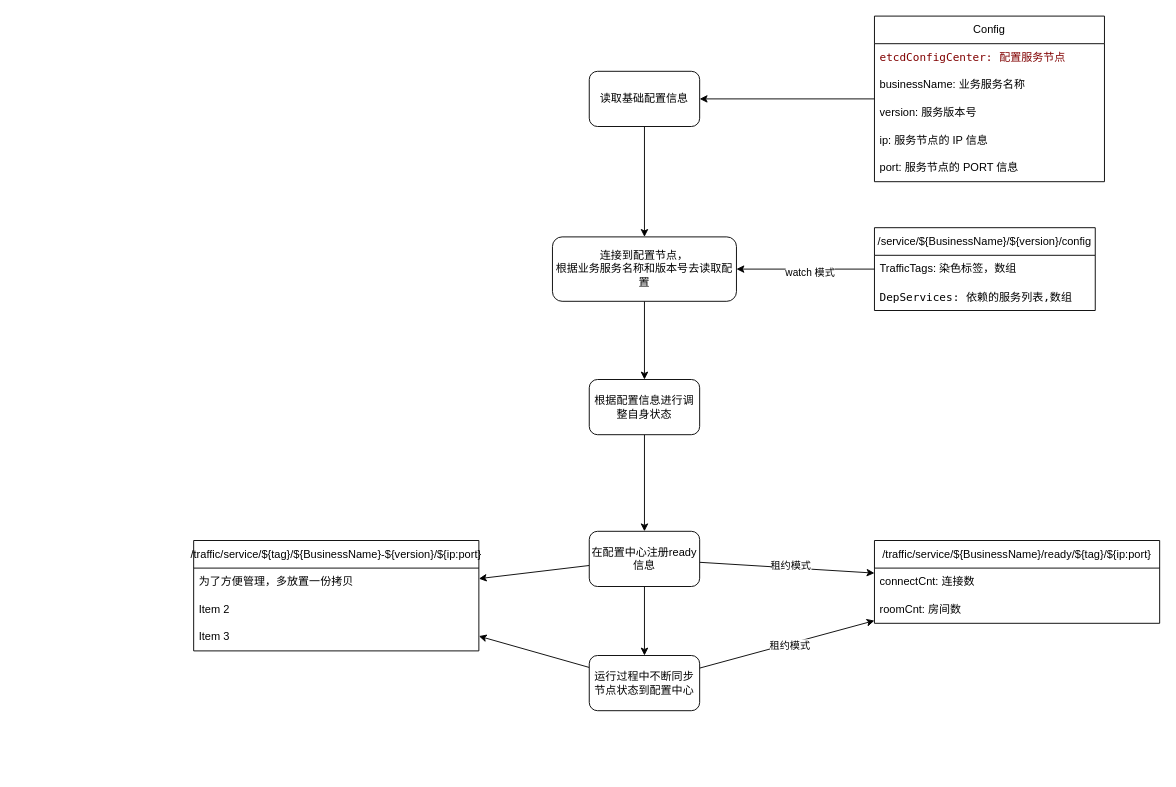
This is _docs/architect/loadConfig_updateState.drawio from ruandao/distribute-im-gateway, a draw.io file, before an edit. Source tidied: cells renumbered, new cells numbered last; positions are measured from the earlier drawing's top-left corner, leaving out a move shared by most shapes. Both pictures are drawn from the tidied source at 92%, with x=0, y=0 at pixel (193, 16).
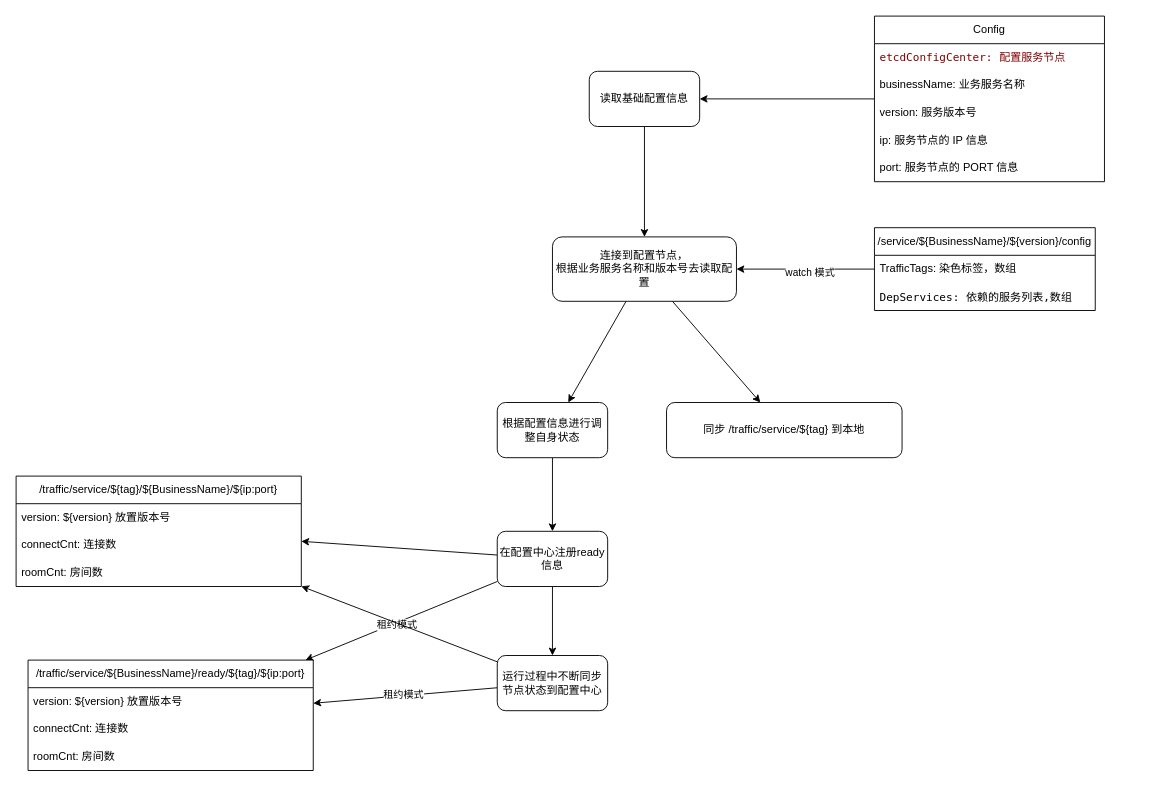
The same page after the edit.

Unchanged cells that the change refers to:
```xml
<mxCell id="12" value="连接到配置节点，&lt;div&gt;&lt;span style=&quot;background-color: transparent;&quot;&gt;根据业务服务名称和版本号去读取配置&lt;/span&gt;&lt;/div&gt;" style="whiteSpace=wrap;html=1;rounded=1;" parent="1" vertex="1">
  <mxGeometry x="390" y="240" width="200" height="70" as="geometry" />
</mxCell>
```

What changed in the source:
```diff
@@
+    <mxCell id="36" style="edgeStyle=none;html=1;" parent="1" edge="1" source="12" target="40">
+      <mxGeometry relative="1" as="geometry" />
+    </mxCell>
@@
     <mxCell id="14" value="根据配置信息进行调整自身状态" style="whiteSpace=wrap;html=1;rounded=1;" parent="1" vertex="1">
-      <mxGeometry x="430" y="395" width="120" height="60" as="geometry" />
+      <mxGeometry x="330" y="420" width="120" height="60" as="geometry" />
     </mxCell>
@@
     <mxCell id="19" value="在配置中心注册ready信息" style="whiteSpace=wrap;html=1;rounded=1;" parent="1" vertex="1">
-      <mxGeometry x="430" y="560" width="120" height="60" as="geometry" />
+      <mxGeometry x="330" y="560" width="120" height="60" as="geometry" />
     </mxCell>
@@
     <mxCell id="25" value="&lt;span style=&quot;color: rgb(0, 0, 0);&quot;&gt;/traffic/service/${BusinessName}/ready/${tag}/${ip:port}&lt;/span&gt;" style="swimlane;fontStyle=0;horizontal=1;startSize=30;whiteSpace=wrap;html=1;" parent="1" vertex="1">
-      <mxGeometry x="740" y="570" width="310" height="90" as="geometry" />
+      <mxGeometry x="-180" y="700" width="310" height="120" as="geometry" />
     </mxCell>
+    <mxCell id="37" value="version: ${version} 放置版本号" style="text;strokeColor=none;fillColor=none;align=left;verticalAlign=middle;spacingLeft=4;spacingRight=4;overflow=hidden;whiteSpace=wrap;html=1;" parent="25" vertex="1">
+      <mxGeometry y="30" width="310" height="30" as="geometry" />
+    </mxCell>
     <mxCell id="26" value="connectCnt: 连接数" style="text;strokeColor=none;fillColor=none;align=left;verticalAlign=middle;spacingLeft=4;spacingRight=4;overflow=hidden;whiteSpace=wrap;html=1;" parent="25" vertex="1">
-      <mxGeometry y="30" width="310" height="30" as="geometry" />
+      <mxGeometry y="60" width="310" height="30" as="geometry" />
     </mxCell>
     <mxCell id="27" value="roomCnt: 房间数" style="text;strokeColor=none;fillColor=none;align=left;verticalAlign=middle;spacingLeft=4;spacingRight=4;overflow=hidden;whiteSpace=wrap;html=1;" parent="25" vertex="1">
-      <mxGeometry y="60" width="310" height="30" as="geometry" />
+      <mxGeometry y="90" width="310" height="30" as="geometry" />
     </mxCell>
@@
     <mxCell id="31" value="运行过程中不断同步节点状态到配置中心" style="whiteSpace=wrap;html=1;rounded=1;" parent="1" vertex="1">
-      <mxGeometry x="430" y="695" width="120" height="60" as="geometry" />
+      <mxGeometry x="330" y="695" width="120" height="60" as="geometry" />
     </mxCell>
-    <mxCell id="32" value="&lt;span style=&quot;color: rgb(0, 0, 0);&quot;&gt;/traffic/service/${tag}/${BusinessName}-${version}/${ip:port}&lt;/span&gt;" style="swimlane;fontStyle=0;horizontal=1;startSize=30;whiteSpace=wrap;html=1;" parent="1" vertex="1">
-      <mxGeometry y="570" width="310" height="120" as="geometry" />
+    <mxCell id="32" value="&lt;span style=&quot;color: rgb(0, 0, 0);&quot;&gt;/traffic/service/${tag}/${BusinessName}/${ip:port}&lt;/span&gt;" style="swimlane;fontStyle=0;horizontal=1;startSize=30;whiteSpace=wrap;html=1;" parent="1" vertex="1">
+      <mxGeometry x="-193" y="500" width="310" height="120" as="geometry" />
     </mxCell>
-    <mxCell id="33" value="为了方便管理，多放置一份拷贝" style="text;strokeColor=none;fillColor=none;align=left;verticalAlign=middle;spacingLeft=4;spacingRight=4;overflow=hidden;whiteSpace=wrap;html=1;" parent="32" vertex="1">
+    <mxCell id="33" value="version: ${version} 放置版本号" style="text;strokeColor=none;fillColor=none;align=left;verticalAlign=middle;spacingLeft=4;spacingRight=4;overflow=hidden;whiteSpace=wrap;html=1;" parent="32" vertex="1">
       <mxGeometry y="30" width="310" height="30" as="geometry" />
     </mxCell>
-    <mxCell id="34" value="Item 2" style="text;strokeColor=none;fillColor=none;align=left;verticalAlign=middle;spacingLeft=4;spacingRight=4;overflow=hidden;whiteSpace=wrap;html=1;" parent="32" vertex="1">
-      <mxGeometry y="60" width="310" height="30" as="geometry" />
-    </mxCell>
-    <mxCell id="35" value="Item 3" style="text;strokeColor=none;fillColor=none;align=left;verticalAlign=middle;spacingLeft=4;spacingRight=4;overflow=hidden;whiteSpace=wrap;html=1;" parent="32" vertex="1">
-      <mxGeometry y="90" width="310" height="30" as="geometry" />
-    </mxCell>
+    <mxCell id="38" value="connectCnt: 连接数" style="text;strokeColor=none;fillColor=none;align=left;verticalAlign=middle;spacingLeft=4;spacingRight=4;overflow=hidden;whiteSpace=wrap;html=1;" parent="32" vertex="1">
+      <mxGeometry y="60" width="310" height="30" as="geometry" />
+    </mxCell>
+    <mxCell id="39" value="roomCnt: 房间数" style="text;strokeColor=none;fillColor=none;align=left;verticalAlign=middle;spacingLeft=4;spacingRight=4;overflow=hidden;whiteSpace=wrap;html=1;" parent="32" vertex="1">
+      <mxGeometry y="90" width="310" height="30" as="geometry" />
+    </mxCell>
+    <mxCell id="40" value="同步 /traffic/service/${tag} 到本地" style="rounded=1;whiteSpace=wrap;html=1;" parent="1" vertex="1">
+      <mxGeometry x="514" y="420" width="256" height="60" as="geometry" />
+    </mxCell>
```
